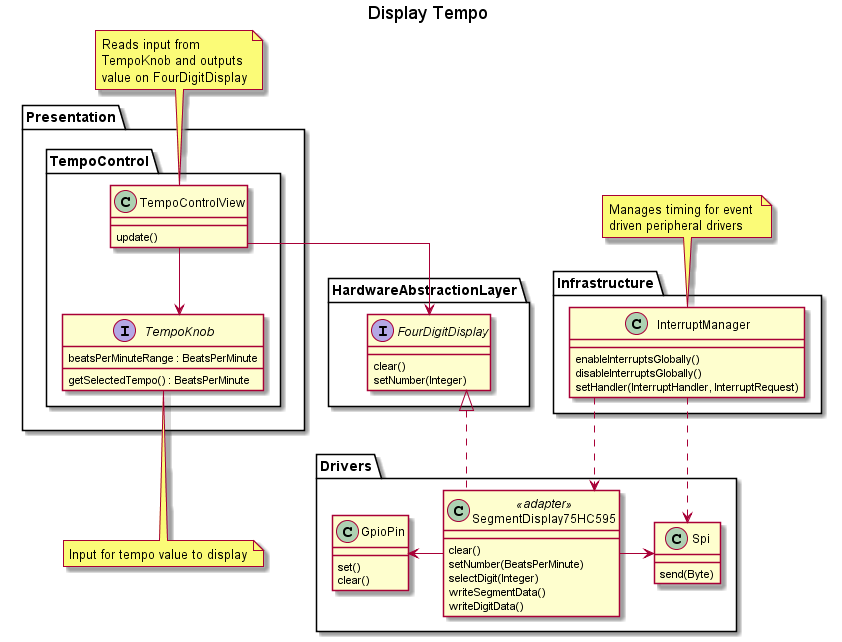
This is doc/plantuml/img/class_diagrams/display_tempo.png from Warwolt/tr2k_drum_machine, a PlantUML export, as it was before one commit. Source of this version:
```plantuml
@startuml

skinparam linetype ortho

title Display Tempo



Package "Presentation"
{
	Package "TempoControl"
	{
		class TempoControlView
		{
			update()
		}

		interface TempoKnob
		{
			beatsPerMinuteRange : BeatsPerMinute
			getSelectedTempo() : BeatsPerMinute
		}
	}
}

Package "HardwareAbstractionLayer"
{
	interface FourDigitDisplay
	{
		clear()
		setNumber(Integer)
	}
}

Package "Drivers"
{
	class SegmentDisplay75HC595 << adapter >>
	{
		clear()
		setNumber(BeatsPerMinute)
		selectDigit(Integer)
		writeSegmentData()
		writeDigitData()
	}

	class Spi
	{
		send(Byte)
	}

	class GpioPin
	{
		set()
		clear()
	}
}

Package "Infrastructure"
{
	class InterruptManager
	{
		enableInterruptsGlobally()
		disableInterruptsGlobally()
		setHandler(InterruptHandler, InterruptRequest)
	}
}

note top of InterruptManager: Manages timing for event \ndriven peripheral drivers
note top of TempoControlView: Reads input from\nTempoKnob and outputs\nvalue on FourDigitDisplay
note bottom of TempoKnob: Input for tempo value to display


TempoControlView -down-> TempoKnob
TempoControlView -down-> FourDigitDisplay

FourDigitDisplay <|.. SegmentDisplay75HC595
SegmentDisplay75HC595 -> Spi
SegmentDisplay75HC595 -left-> GpioPin

InterruptManager .down.> SegmentDisplay75HC595
InterruptManager ..> Spi

@enduml
```
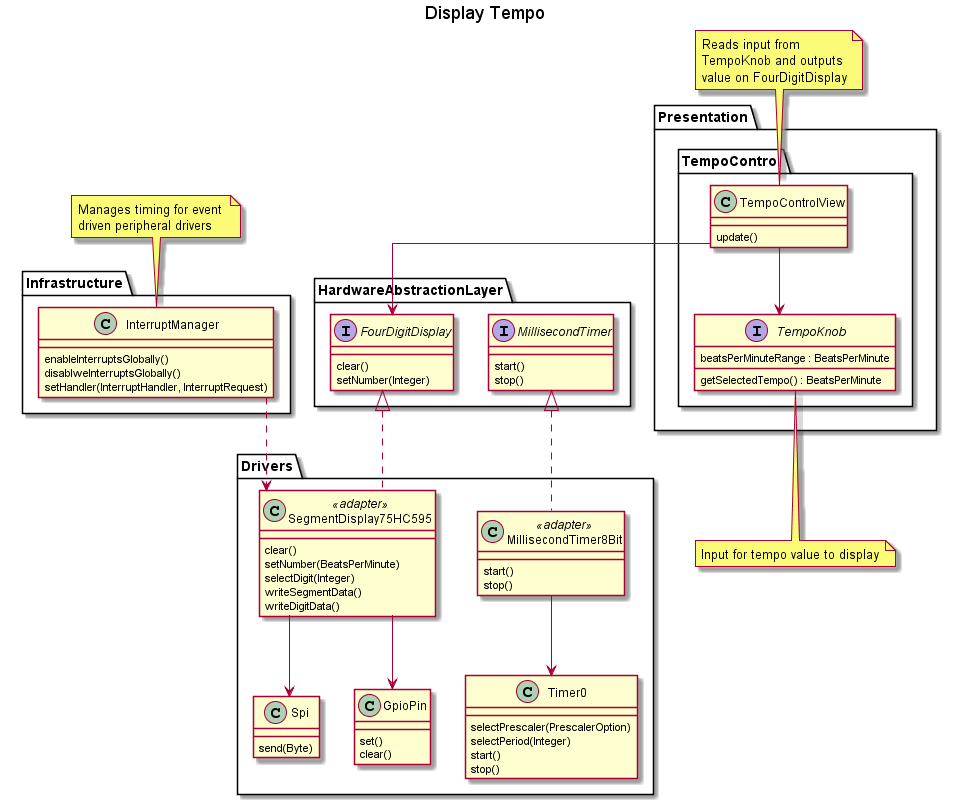
Later version of the same file.

Commit message:
Add missing timer to class diagram

What changed in the source:
```diff
@@ -30,6 +30,12 @@
 		clear()
 		setNumber(Integer)
 	}
+
+	interface MillisecondTimer
+	{
+		start()
+		stop()
+	}
 }
 
 Package "Drivers"
@@ -53,6 +59,20 @@
 		set()
 		clear()
 	}
+
+	class MillisecondTimer8Bit << adapter >>
+	{
+		start()
+		stop()
+	}
+
+	class Timer0
+	{
+		selectPrescaler(PrescalerOption)
+		selectPeriod(Integer)
+		start()
+		stop()
+	}
 }
 
 Package "Infrastructure"
@@ -60,7 +80,7 @@
 	class InterruptManager
 	{
 		enableInterruptsGlobally()
-		disableInterruptsGlobally()
+		disablweInterruptsGlobally()
 		setHandler(InterruptHandler, InterruptRequest)
 	}
 }
@@ -74,10 +94,12 @@
 TempoControlView -down-> FourDigitDisplay
 
 FourDigitDisplay <|.. SegmentDisplay75HC595
-SegmentDisplay75HC595 -> Spi
-SegmentDisplay75HC595 -left-> GpioPin
+SegmentDisplay75HC595 -down-> Spi
+SegmentDisplay75HC595 -down-> GpioPin
 
-InterruptManager .down.> SegmentDisplay75HC595
-InterruptManager ..> Spi
+MillisecondTimer <|.. MillisecondTimer8Bit
+MillisecondTimer8Bit -down-> Timer0
+
+InterruptManager ..> SegmentDisplay75HC595
 
 @enduml
```
